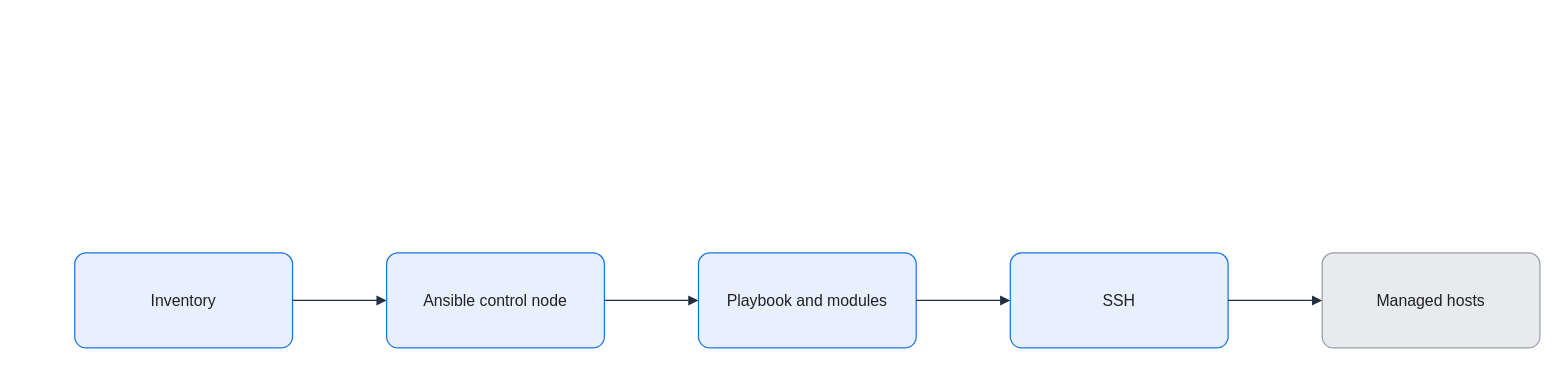
KKamJi98/kkamji98.github.io keeps this draw.io diagram as assets/img/iac/ansible-control-flow.drawio. Above is the earlier version. Source tidied: cells renumbered, new cells numbered last; positions are measured from the earlier drawing's top-left corner, leaving out a move shared by most shapes. Both pictures are drawn from the tidied source at 99%, with x=0, y=0 at pixel (74, 252).
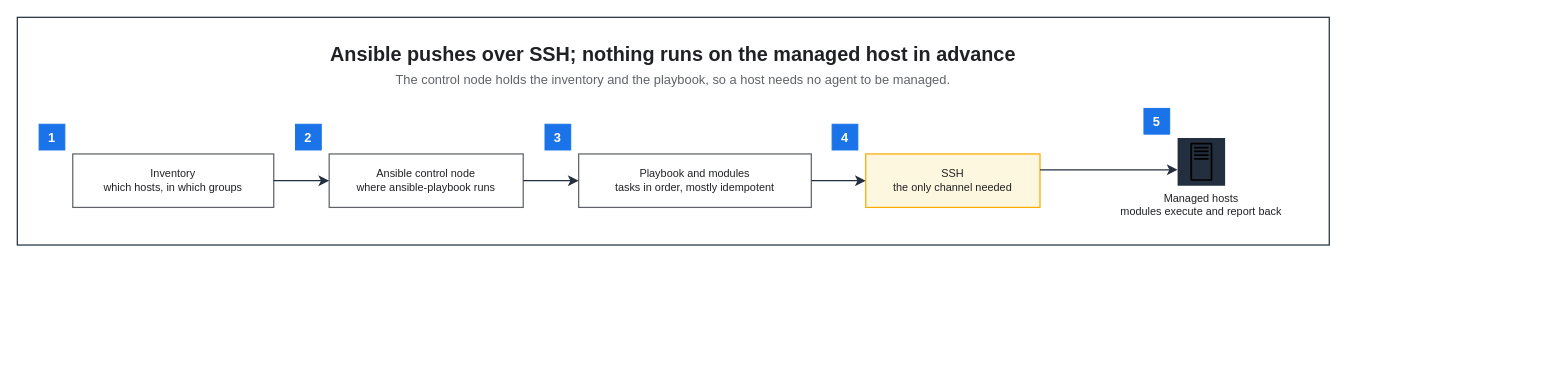
The same page after the edit.

Change to the diagram source:
```diff
@@
 <mxGraphModel background="#FFFFFF">
   <root>
     <mxCell id="0" />
     <mxCell id="1" parent="0" />
-    <mxCell id="2" value="Inventory" style="rounded=1;arcSize=12;whiteSpace=wrap;html=0;fillColor=#E8F0FE;strokeColor=#1A73E8;strokeWidth=1.25;fontColor=#202124;fontSize=16;align=center;verticalAlign=middle;spacing=8;shadow=0;" parent="1" vertex="1">
-      <mxGeometry width="220" height="96" as="geometry" />
-    </mxCell>
-    <mxCell id="3" value="Ansible control node" style="rounded=1;arcSize=12;whiteSpace=wrap;html=0;fillColor=#E8F0FE;strokeColor=#1A73E8;strokeWidth=1.25;fontColor=#202124;fontSize=16;align=center;verticalAlign=middle;spacing=8;shadow=0;" parent="1" vertex="1">
-      <mxGeometry x="315" width="220" height="96" as="geometry" />
-    </mxCell>
-    <mxCell id="4" value="Playbook and modules" style="rounded=1;arcSize=12;whiteSpace=wrap;html=0;fillColor=#E8F0FE;strokeColor=#1A73E8;strokeWidth=1.25;fontColor=#202124;fontSize=16;align=center;verticalAlign=middle;spacing=8;shadow=0;" parent="1" vertex="1">
-      <mxGeometry x="630" width="220" height="96" as="geometry" />
-    </mxCell>
-    <mxCell id="5" value="SSH" style="rounded=1;arcSize=12;whiteSpace=wrap;html=0;fillColor=#E8F0FE;strokeColor=#1A73E8;strokeWidth=1.25;fontColor=#202124;fontSize=16;align=center;verticalAlign=middle;spacing=8;shadow=0;" parent="1" vertex="1">
-      <mxGeometry x="945" width="220" height="96" as="geometry" />
-    </mxCell>
-    <mxCell id="6" value="Managed hosts" style="rounded=1;arcSize=12;whiteSpace=wrap;html=0;fillColor=#E8EAED;strokeColor=#9AA0A6;strokeWidth=1.25;fontColor=#202124;fontSize=16;align=center;verticalAlign=middle;spacing=8;shadow=0;" parent="1" vertex="1">
-      <mxGeometry x="1260" width="220" height="96" as="geometry" />
-    </mxCell>
-    <mxCell id="7" style="edgeStyle=orthogonalEdgeStyle;rounded=0;jettySize=auto;html=0;endArrow=block;endFill=1;strokeColor=#232F3E;strokeWidth=1.25;fontColor=#202124;labelBackgroundColor=none;exitX=1;exitY=0.5;exitDx=0;exitDy=0;entryX=0;entryY=0.5;entryDx=0;entryDy=0;endSize=7;" parent="1" edge="1" source="2" target="3">
-      <mxGeometry relative="1" as="geometry" />
-    </mxCell>
-    <mxCell id="8" style="edgeStyle=orthogonalEdgeStyle;rounded=0;jettySize=auto;html=0;endArrow=block;endFill=1;strokeColor=#232F3E;strokeWidth=1.25;fontColor=#202124;labelBackgroundColor=none;exitX=1;exitY=0.5;exitDx=0;exitDy=0;entryX=0;entryY=0.5;entryDx=0;entryDy=0;endSize=7;" parent="1" edge="1" source="3" target="4">
-      <mxGeometry relative="1" as="geometry" />
-    </mxCell>
-    <mxCell id="9" style="edgeStyle=orthogonalEdgeStyle;rounded=0;jettySize=auto;html=0;endArrow=block;endFill=1;strokeColor=#232F3E;strokeWidth=1.25;fontColor=#202124;labelBackgroundColor=none;exitX=1;exitY=0.5;exitDx=0;exitDy=0;entryX=0;entryY=0.5;entryDx=0;entryDy=0;endSize=7;" parent="1" edge="1" source="4" target="5">
-      <mxGeometry relative="1" as="geometry" />
-    </mxCell>
-    <mxCell id="10" style="edgeStyle=orthogonalEdgeStyle;rounded=0;jettySize=auto;html=0;endArrow=block;endFill=1;strokeColor=#232F3E;strokeWidth=1.25;fontColor=#202124;labelBackgroundColor=none;exitX=1;exitY=0.5;exitDx=0;exitDy=0;entryX=0;entryY=0.5;entryDx=0;entryDy=0;endSize=7;" parent="1" edge="1" source="5" target="6">
-      <mxGeometry relative="1" as="geometry" />
-    </mxCell>
+    <mxCell id="11" style="rounded=0;html=0;fillColor=none;strokeColor=#232F3E;fontColor=#202124;strokeWidth=1.25;" parent="1" vertex="1">
+      <mxGeometry x="-58" y="-238" width="1325.2" height="230" as="geometry" />
+    </mxCell>
+    <mxCell id="12" value="Ansible pushes over SSH; nothing runs on the managed host in advance" style="text;html=0;whiteSpace=wrap;fillColor=none;strokeColor=none;fontColor=#202124;fontSize=20;fontStyle=1;align=center;verticalAlign=middle;" parent="1" vertex="1">
+      <mxGeometry x="-36" y="-216" width="1281.2" height="30" as="geometry" />
+    </mxCell>
+    <mxCell id="13" value="The control node holds the inventory and the playbook, so a host needs no agent to be managed." style="text;html=0;whiteSpace=wrap;fillColor=none;strokeColor=none;fontColor=#5F6368;fontSize=13;fontStyle=0;align=center;verticalAlign=middle;" parent="1" vertex="1">
+      <mxGeometry x="-36" y="-186" width="1281.2" height="22" as="geometry" />
+    </mxCell>
+    <mxCell id="14" value="Inventory&#10;which hosts, in which groups" style="rounded=0;whiteSpace=wrap;html=0;fillColor=#FFFFFF;strokeColor=#5F6368;fontColor=#202124;fontSize=11;fontStyle=0;align=center;verticalAlign=middle;spacingLeft=6;spacingRight=6;strokeWidth=1.25;" parent="1" vertex="1">
+      <mxGeometry x="-2" y="-100" width="203" height="54" as="geometry" />
+    </mxCell>
+    <mxCell id="15" value="Ansible control node&#10;where ansible-playbook runs" style="rounded=0;whiteSpace=wrap;html=0;fillColor=#FFFFFF;strokeColor=#5F6368;fontColor=#202124;fontSize=11;fontStyle=0;align=center;verticalAlign=middle;spacingLeft=6;spacingRight=6;strokeWidth=1.25;" parent="1" vertex="1">
+      <mxGeometry x="257" y="-100" width="196" height="54" as="geometry" />
+    </mxCell>
+    <mxCell id="16" value="Playbook and modules&#10;tasks in order, mostly idempotent" style="rounded=0;whiteSpace=wrap;html=0;fillColor=#FFFFFF;strokeColor=#5F6368;fontColor=#202124;fontSize=11;fontStyle=0;align=center;verticalAlign=middle;spacingLeft=6;spacingRight=6;strokeWidth=1.25;" parent="1" vertex="1">
+      <mxGeometry x="509" y="-100" width="235" height="54" as="geometry" />
+    </mxCell>
+    <mxCell id="17" value="SSH&#10;the only channel needed" style="rounded=0;whiteSpace=wrap;html=0;fillColor=#FEF7E0;strokeColor=#F9AB00;fontColor=#202124;fontSize=11;fontStyle=0;align=center;verticalAlign=middle;spacingLeft=6;spacingRight=6;strokeWidth=1.25;" parent="1" vertex="1">
+      <mxGeometry x="799" y="-100" width="176" height="54" as="geometry" />
+    </mxCell>
+    <mxCell id="18" value="Managed hosts&#10;modules execute and report back" style="sketch=0;outlineConnect=0;gradientColor=none;html=0;whiteSpace=nowrap;fontSize=11;fontStyle=0;fontColor=#202124;verticalLabelPosition=bottom;verticalAlign=top;align=center;labelBackgroundColor=none;fillColor=#232F3E;strokeColor=none;dashed=0;shape=mxgraph.aws4.resourceIcon;resIcon=mxgraph.aws4.traditional_server;" parent="1" vertex="1">
+      <mxGeometry x="1114" y="-116" width="48" height="48" as="geometry" />
+    </mxCell>
+    <mxCell id="19" value="1" style="rounded=0;whiteSpace=wrap;html=0;fillColor=#1A73E8;strokeColor=#1A73E8;fontColor=#FFFFFF;fontSize=13;fontStyle=1;align=center;verticalAlign=middle;" parent="1" vertex="1">
+      <mxGeometry x="-36" y="-130" width="26" height="26" as="geometry" />
+    </mxCell>
+    <mxCell id="20" value="2" style="rounded=0;whiteSpace=wrap;html=0;fillColor=#1A73E8;strokeColor=#1A73E8;fontColor=#FFFFFF;fontSize=13;fontStyle=1;align=center;verticalAlign=middle;" parent="1" vertex="1">
+      <mxGeometry x="223" y="-130" width="26" height="26" as="geometry" />
+    </mxCell>
+    <mxCell id="21" value="3" style="rounded=0;whiteSpace=wrap;html=0;fillColor=#1A73E8;strokeColor=#1A73E8;fontColor=#FFFFFF;fontSize=13;fontStyle=1;align=center;verticalAlign=middle;" parent="1" vertex="1">
+      <mxGeometry x="475" y="-130" width="26" height="26" as="geometry" />
+    </mxCell>
+    <mxCell id="22" value="4" style="rounded=0;whiteSpace=wrap;html=0;fillColor=#1A73E8;strokeColor=#1A73E8;fontColor=#FFFFFF;fontSize=13;fontStyle=1;align=center;verticalAlign=middle;" parent="1" vertex="1">
+      <mxGeometry x="765" y="-130" width="26" height="26" as="geometry" />
+    </mxCell>
+    <mxCell id="23" value="5" style="rounded=0;whiteSpace=wrap;html=0;fillColor=#1A73E8;strokeColor=#1A73E8;fontColor=#FFFFFF;fontSize=13;fontStyle=1;align=center;verticalAlign=middle;" parent="1" vertex="1">
+      <mxGeometry x="1080" y="-146" width="26" height="26" as="geometry" />
+    </mxCell>
+    <mxCell id="24" style="edgeStyle=orthogonalEdgeStyle;rounded=0;html=0;strokeColor=#232F3E;strokeWidth=1.25;endArrow=classic;endFill=1;endSize=7;fontSize=11;fontColor=#202124;labelBackgroundColor=none;jettySize=14;exitX=1;exitY=0.5;entryX=0;entryY=0.5;exitDx=0;exitDy=0;entryDx=0;entryDy=0;" parent="1" edge="1" source="14" target="15">
+      <mxGeometry relative="1" as="geometry" />
+    </mxCell>
+    <mxCell id="25" style="edgeStyle=orthogonalEdgeStyle;rounded=0;html=0;strokeColor=#232F3E;strokeWidth=1.25;endArrow=classic;endFill=1;endSize=7;fontSize=11;fontColor=#202124;labelBackgroundColor=none;jettySize=14;exitX=1;exitY=0.5;entryX=0;entryY=0.5;exitDx=0;exitDy=0;entryDx=0;entryDy=0;" parent="1" edge="1" source="15" target="16">
+      <mxGeometry relative="1" as="geometry" />
+    </mxCell>
+    <mxCell id="26" style="edgeStyle=orthogonalEdgeStyle;rounded=0;html=0;strokeColor=#232F3E;strokeWidth=1.25;endArrow=classic;endFill=1;endSize=7;fontSize=11;fontColor=#202124;labelBackgroundColor=none;jettySize=14;exitX=1;exitY=0.5;entryX=0;entryY=0.5;exitDx=0;exitDy=0;entryDx=0;entryDy=0;" parent="1" edge="1" source="16" target="17">
+      <mxGeometry relative="1" as="geometry" />
+    </mxCell>
+    <mxCell id="27" style="edgeStyle=orthogonalEdgeStyle;rounded=0;html=0;strokeColor=#232F3E;strokeWidth=1.25;endArrow=classic;endFill=1;endSize=7;fontSize=11;fontColor=#202124;labelBackgroundColor=none;jettySize=14;exitX=1;exitY=0.2963;entryX=0;entryY=0.6667;exitDx=0;exitDy=0;entryDx=0;entryDy=0;" parent="1" edge="1" source="17" target="18">
+      <mxGeometry relative="1" as="geometry" />
+    </mxCell>
   </root>
 </mxGraphModel>
```
